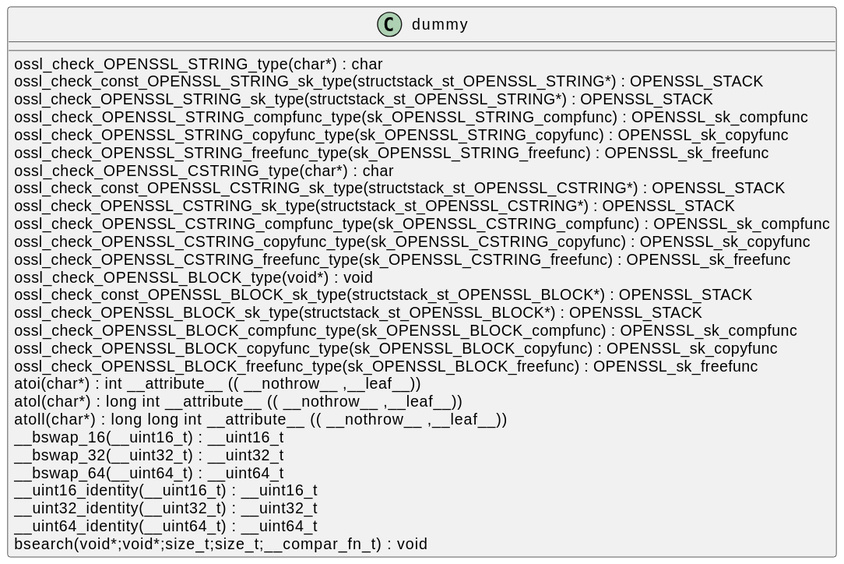
This is docs/qc/crypto/context.c.svg from qualitesys/openssl, a PlantUML export, as it was before one commit.
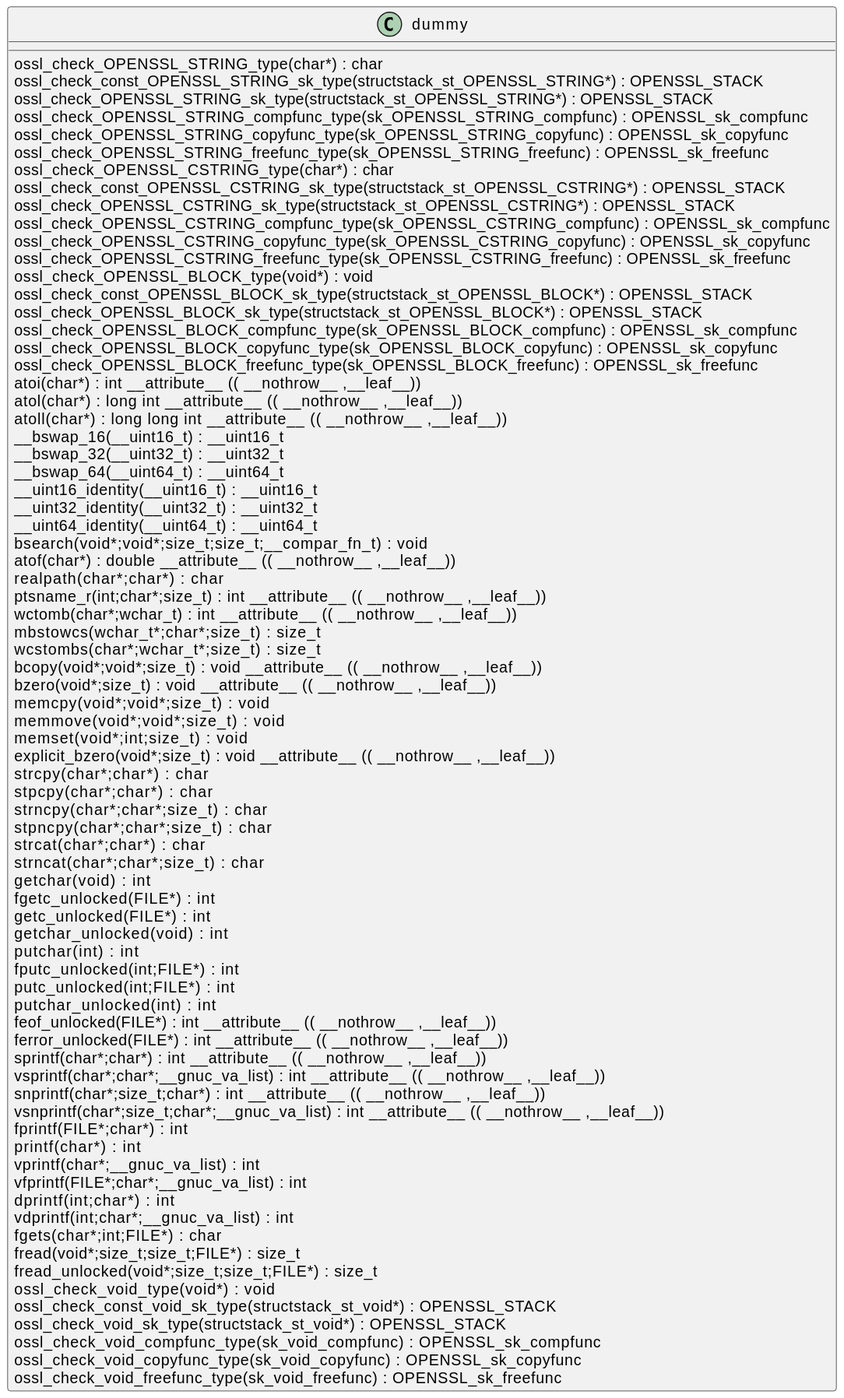
After the commit.

The edit, as a diff of the source:
```diff
@@ -29,5 +29,52 @@
 __uint32_identity(__uint32_t) : __uint32_t [[[./../.././qc/crypto/context.c.html#1055]]]
 __uint64_identity(__uint64_t) : __uint64_t [[[./../.././qc/crypto/context.c.html#1061]]]
 bsearch(void*;void*;size_t;size_t;__compar_fn_t) :  void  [[[./../.././qc/crypto/context.c.html#1729]]]
+atof(char*) :  double  __attribute__ (( __nothrow__ ,__leaf__)) [[[./../.././qc/crypto/context.c.html#1]]]
+realpath(char*;char*) :  char  [[[./../.././qc/crypto/context.c.html#1]]]
+ptsname_r(int;char*;size_t) :  int  __attribute__ (( __nothrow__ ,__leaf__)) [[[./../.././qc/crypto/context.c.html#1]]]
+wctomb(char*;wchar_t) :  int  __attribute__ (( __nothrow__ ,__leaf__)) [[[./../.././qc/crypto/context.c.html#1]]]
+mbstowcs(wchar_t*;char*;size_t) : size_t [[[./../.././qc/crypto/context.c.html#1]]]
+wcstombs(char*;wchar_t*;size_t) : size_t [[[./../.././qc/crypto/context.c.html#1]]]
+bcopy(void*;void*;size_t) :  void  __attribute__ (( __nothrow__ ,__leaf__)) [[[./../.././qc/crypto/context.c.html#1]]]
+bzero(void*;size_t) :  void  __attribute__ (( __nothrow__ ,__leaf__)) [[[./../.././qc/crypto/context.c.html#1]]]
+memcpy(void*;void*;size_t) :  void  [[[./../.././qc/crypto/context.c.html#1]]]
+memmove(void*;void*;size_t) :  void  [[[./../.././qc/crypto/context.c.html#1]]]
+memset(void*;int;size_t) :  void  [[[./../.././qc/crypto/context.c.html#1]]]
+explicit_bzero(void*;size_t) :  void  __attribute__ (( __nothrow__ ,__leaf__)) [[[./../.././qc/crypto/context.c.html#1]]]
+strcpy(char*;char*) :  char  [[[./../.././qc/crypto/context.c.html#1]]]
+stpcpy(char*;char*) :  char  [[[./../.././qc/crypto/context.c.html#1]]]
+strncpy(char*;char*;size_t) :  char  [[[./../.././qc/crypto/context.c.html#1]]]
+stpncpy(char*;char*;size_t) :  char  [[[./../.././qc/crypto/context.c.html#1]]]
+strcat(char*;char*) :  char  [[[./../.././qc/crypto/context.c.html#1]]]
+strncat(char*;char*;size_t) :  char  [[[./../.././qc/crypto/context.c.html#1]]]
+getchar(void) :  int  [[[./../.././qc/crypto/context.c.html#1]]]
+fgetc_unlocked(FILE*) :  int  [[[./../.././qc/crypto/context.c.html#1]]]
+getc_unlocked(FILE*) :  int  [[[./../.././qc/crypto/context.c.html#1]]]
+getchar_unlocked(void) :  int  [[[./../.././qc/crypto/context.c.html#1]]]
+putchar(int) :  int  [[[./../.././qc/crypto/context.c.html#1]]]
+fputc_unlocked(int;FILE*) :  int  [[[./../.././qc/crypto/context.c.html#1]]]
+putc_unlocked(int;FILE*) :  int  [[[./../.././qc/crypto/context.c.html#1]]]
+putchar_unlocked(int) :  int  [[[./../.././qc/crypto/context.c.html#1]]]
+feof_unlocked(FILE*) :  int  __attribute__ (( __nothrow__ ,__leaf__)) [[[./../.././qc/crypto/context.c.html#1]]]
+ferror_unlocked(FILE*) :  int  __attribute__ (( __nothrow__ ,__leaf__)) [[[./../.././qc/crypto/context.c.html#1]]]
+sprintf(char*;char*) :  int  __attribute__ (( __nothrow__ ,__leaf__)) [[[./../.././qc/crypto/context.c.html#1]]]
+vsprintf(char*;char*;__gnuc_va_list) :  int  __attribute__ (( __nothrow__ ,__leaf__)) [[[./../.././qc/crypto/context.c.html#1]]]
+snprintf(char*;size_t;char*) :  int  __attribute__ (( __nothrow__ ,__leaf__)) [[[./../.././qc/crypto/context.c.html#1]]]
+vsnprintf(char*;size_t;char*;__gnuc_va_list) :  int  __attribute__ (( __nothrow__ ,__leaf__)) [[[./../.././qc/crypto/context.c.html#1]]]
+fprintf(FILE*;char*) :  int  [[[./../.././qc/crypto/context.c.html#1]]]
+printf(char*) :  int  [[[./../.././qc/crypto/context.c.html#1]]]
+vprintf(char*;__gnuc_va_list) :  int  [[[./../.././qc/crypto/context.c.html#1]]]
+vfprintf(FILE*;char*;__gnuc_va_list) :  int  [[[./../.././qc/crypto/context.c.html#1]]]
+dprintf(int;char*) :  int  [[[./../.././qc/crypto/context.c.html#1]]]
+vdprintf(int;char*;__gnuc_va_list) :  int  [[[./../.././qc/crypto/context.c.html#1]]]
+fgets(char*;int;FILE*) :  char  [[[./../.././qc/crypto/context.c.html#1]]]
+fread(void*;size_t;size_t;FILE*) : size_t [[[./../.././qc/crypto/context.c.html#1]]]
+fread_unlocked(void*;size_t;size_t;FILE*) : size_t [[[./../.././qc/crypto/context.c.html#1]]]
+ossl_check_void_type(void*) :  void  [[[./../.././qc/crypto/context.c.html#1]]]
+ossl_check_const_void_sk_type(structstack_st_void*) : OPENSSL_STACK [[[./../.././qc/crypto/context.c.html#1]]]
+ossl_check_void_sk_type(structstack_st_void*) : OPENSSL_STACK [[[./../.././qc/crypto/context.c.html#1]]]
+ossl_check_void_compfunc_type(sk_void_compfunc) : OPENSSL_sk_compfunc [[[./../.././qc/crypto/context.c.html#1]]]
+ossl_check_void_copyfunc_type(sk_void_copyfunc) : OPENSSL_sk_copyfunc [[[./../.././qc/crypto/context.c.html#1]]]
+ossl_check_void_freefunc_type(sk_void_freefunc) : OPENSSL_sk_freefunc [[[./../.././qc/crypto/context.c.html#1]]]
 }
 @enduml
```
